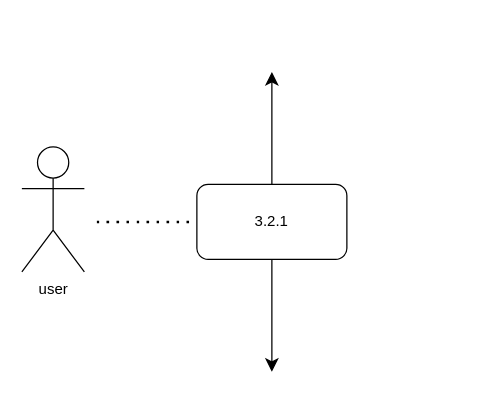
This is Untitled Diagram.drawio from CChayut/Di-grm, a draw.io file, before an edit. Source tidied: cells renumbered, new cells numbered last; positions are measured from the earlier drawing's top-left corner, leaving out a move shared by most shapes. Both pictures are drawn from the tidied source at 125%, with x=0, y=0 at pixel (21, 71).
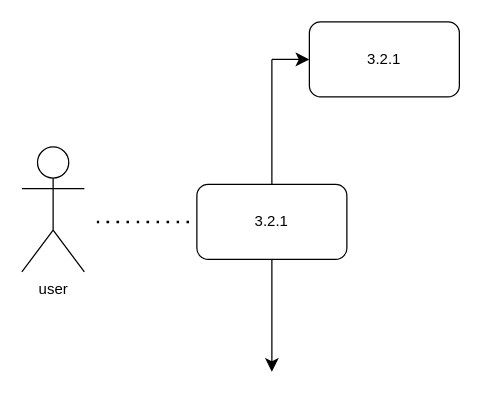
After the change.

Change to the diagram source:
```diff
@@
 <mxGraphModel>
   <root>
     <mxCell id="0" />
     <mxCell id="1" parent="0" />
     <mxCell id="2" value="user" style="shape=umlActor;verticalLabelPosition=bottom;verticalAlign=top;html=1;" parent="1" vertex="1">
       <mxGeometry y="60" width="50" height="100" as="geometry" />
     </mxCell>
     <mxCell id="3" style="endArrow=none;dashed=1;html=1;dashPattern=1 3;strokeWidth=2;rounded=0;fontSize=12;startSize=8;endSize=8;curved=1;" parent="1" edge="1">
       <mxGeometry relative="1" as="geometry">
         <mxPoint x="60" y="120" as="sourcePoint" />
         <mxPoint x="140" y="120" as="targetPoint" />
       </mxGeometry>
     </mxCell>
     <mxCell id="4" value="3.2.1" style="rounded=1;whiteSpace=wrap;html=1;" parent="1" vertex="1">
       <mxGeometry x="140" y="90" width="120" height="60" as="geometry" />
     </mxCell>
-    <mxCell id="5" style="endArrow=classic;html=1;rounded=0;fontSize=12;startSize=8;endSize=8;curved=1;exitX=0.5;exitY=0;exitDx=0;exitDy=0;" parent="1" edge="1" source="4">
-      <mxGeometry relative="1" as="geometry">
-        <mxPoint x="200" as="targetPoint" />
-      </mxGeometry>
-    </mxCell>
     <mxCell id="6" style="endArrow=classic;html=1;rounded=0;fontSize=12;startSize=8;endSize=8;curved=1;exitX=0.5;exitY=1;exitDx=0;exitDy=0;" parent="1" edge="1" source="4">
       <mxGeometry relative="1" as="geometry">
         <mxPoint x="200" y="240" as="targetPoint" />
       </mxGeometry>
     </mxCell>
+    <mxCell id="7" value="3.2.1" style="rounded=1;whiteSpace=wrap;html=1;" parent="1" vertex="1">
+      <mxGeometry x="230" y="-40" width="120" height="60" as="geometry" />
+    </mxCell>
+    <mxCell id="8" style="endArrow=none;html=1;rounded=0;fontSize=12;startSize=8;endSize=8;curved=1;entryX=0.5;entryY=0;entryDx=0;entryDy=0;" parent="1" edge="1" target="4">
+      <mxGeometry relative="1" as="geometry">
+        <mxPoint x="200" y="-10" as="sourcePoint" />
+        <Array as="points">
+          <mxPoint x="200" y="80" />
+        </Array>
+      </mxGeometry>
+    </mxCell>
+    <mxCell id="9" style="endArrow=classic;html=1;rounded=0;fontSize=12;startSize=8;endSize=8;curved=1;entryX=0;entryY=0.5;entryDx=0;entryDy=0;" parent="1" edge="1" target="7">
+      <mxGeometry relative="1" as="geometry">
+        <mxPoint x="200" y="-10" as="sourcePoint" />
+      </mxGeometry>
+    </mxCell>
   </root>
 </mxGraphModel>
```
